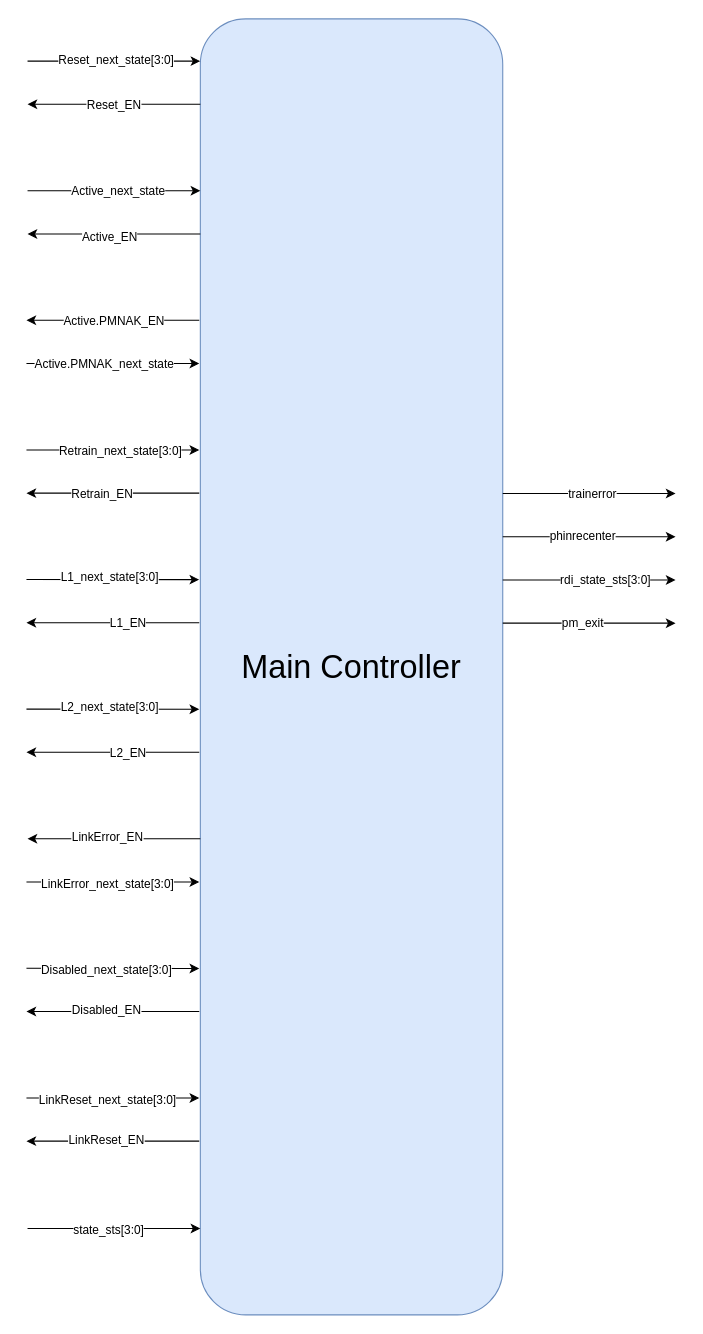
AbdallahMoSalah/UCIe-3.0-PHY-layer keeps this draw.io diagram as page "Main Controller" (11 of 21) of docs/SM/RDI_SM/RDI SM.drawio. Above is the earlier version. Source tidied: cells renumbered, new cells numbered last; positions are measured from the earlier drawing's top-left corner, leaving out a move shared by most shapes. Both pictures are drawn from the tidied source at 108%, with x=0, y=0 at pixel (26, 18).
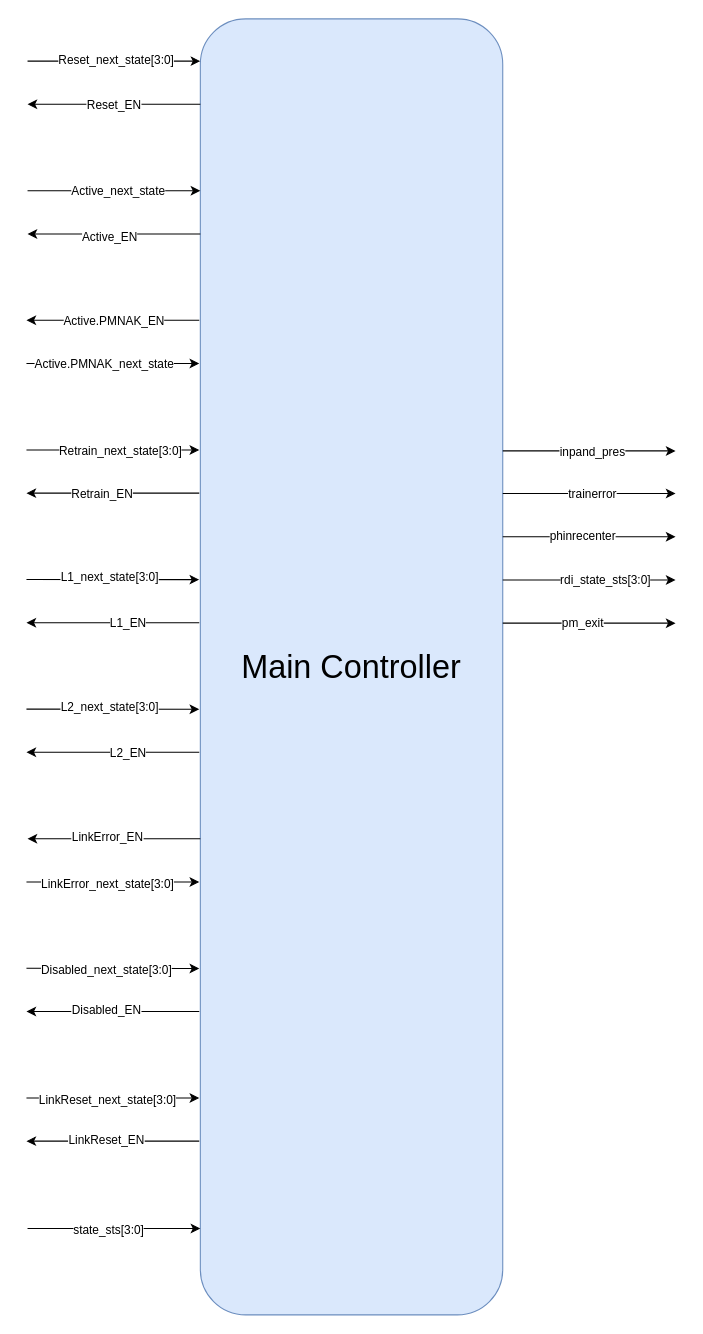
After the change.

The edit, as a diff of the source:
```diff
@@
+    <mxCell id="49" style="endArrow=classic;html=1;rounded=0;" parent="1" edge="1">
+      <mxGeometry relative="1" as="geometry">
+        <mxPoint x="441" y="400" as="sourcePoint" />
+        <mxPoint x="601" y="400" as="targetPoint" />
+      </mxGeometry>
+    </mxCell>
+    <mxCell id="50" value="inpand_pres" style="edgeLabel;html=1;align=center;verticalAlign=middle;" parent="49" vertex="1">
+      <mxGeometry x="0.03" y="-2" relative="1" as="geometry">
+        <mxPoint y="-2" as="offset" />
+      </mxGeometry>
+    </mxCell>
```
